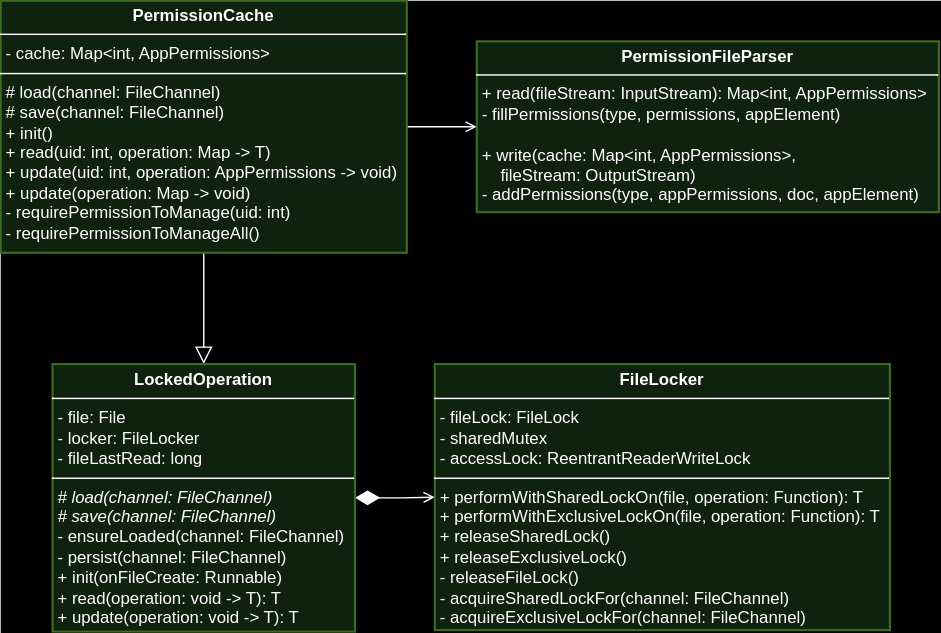
This is images/components/state-persistence.svg from alberto-lazari/masters-thesis, a draw.io export, as it was before one commit. Source tidied: cells renumbered, new cells last; positions are measured from the earlier drawing's top-left corner, leaving out a move shared by most shapes.
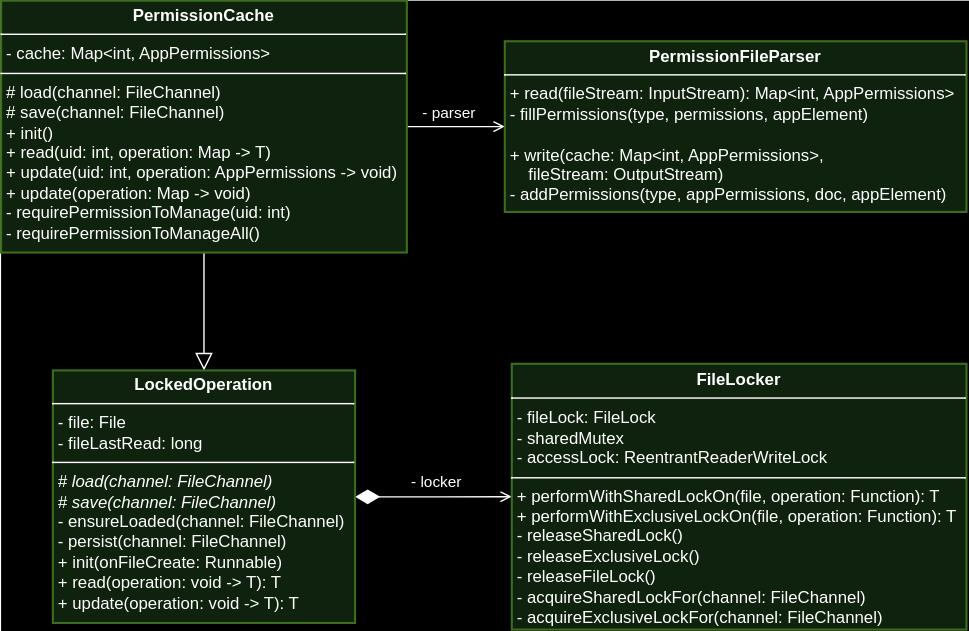
The same diagram one commit later.

Diff of the diagram source:
```diff
@@ -5,23 +5,30 @@
     <mxCell id="2" style="edgeStyle=orthogonalEdgeStyle;rounded=0;jettySize=auto;html=1;endArrow=block;endFill=0;endSize=10;" parent="1" edge="1" source="4" target="7">
       <mxGeometry relative="1" as="geometry" />
     </mxCell>
-    <mxCell id="3" style="edgeStyle=orthogonalEdgeStyle;rounded=0;jettySize=auto;html=1;endArrow=open;endFill=0;" parent="1" edge="1" source="4" target="5">
-      <mxGeometry relative="1" as="geometry" />
+    <mxCell id="3" value="- parser" style="edgeStyle=orthogonalEdgeStyle;rounded=0;jettySize=auto;html=1;endArrow=open;endFill=0;" parent="1" edge="1" source="4" target="5">
+      <mxGeometry x="-0.14" y="10" relative="1" as="geometry" />
     </mxCell>
     <mxCell id="4" value="&lt;p style=&quot;margin:0px;margin-top:4px;text-align:center;&quot;&gt;&lt;b&gt;PermissionCache&lt;/b&gt;&lt;/p&gt;&lt;hr size=&quot;1&quot; style=&quot;border-style:solid;&quot;&gt;&lt;p style=&quot;margin:0px;margin-left:4px;&quot;&gt;- cache: Map&amp;lt;int, AppPermissions&amp;gt;&lt;br&gt;&lt;/p&gt;&lt;hr size=&quot;1&quot; style=&quot;border-style:solid;&quot;&gt;&lt;p style=&quot;margin:0px;margin-left:4px;&quot;&gt;# load(channel: FileChannel)&lt;/p&gt;&lt;p style=&quot;margin:0px;margin-left:4px;&quot;&gt;# save(channel: FileChannel)&lt;br&gt;&lt;/p&gt;&lt;p style=&quot;margin:0px;margin-left:4px;&quot;&gt;+ init()&lt;/p&gt;&lt;p style=&quot;margin:0px;margin-left:4px;&quot;&gt;+ read(uid: int, operation: Map -&amp;gt; T)&lt;/p&gt;&lt;p style=&quot;margin:0px;margin-left:4px;&quot;&gt;+ update(uid: int, operation: AppPermissions -&amp;gt; void)&lt;/p&gt;&lt;p style=&quot;margin:0px;margin-left:4px;&quot;&gt;+ update(operation: Map -&amp;gt; void)&lt;br&gt;&lt;/p&gt;&lt;p style=&quot;margin:0px;margin-left:4px;&quot;&gt;- requirePermissionToManage(uid: int)&lt;/p&gt;&lt;p style=&quot;margin:0px;margin-left:4px;&quot;&gt;- requirePermissionToManageAll()&lt;br&gt;&lt;/p&gt;&lt;p style=&quot;margin:0px;margin-left:4px;&quot;&gt;&lt;span style=&quot;caret-color: rgba(0, 0, 0, 0); color: rgba(0, 0, 0, 0); font-family: monospace; font-size: 0px; white-space: nowrap;&quot;&gt;%3CmxGraphModel%3E%3Croot%3E%3CmxCell%20id%3D%220%22%2F%3E%3CmxCell%20id%3D%221%22%20parent%3D%220%22%2F%3E%3CmxCell%20id%3D%222%22%20value%3D%22%26lt%3Bp%20style%3D%26quot%3Bmargin%3A0px%3Bmargin-top%3A4px%3Btext-align%3Acenter%3B%26quot%3B%26gt%3B%26lt%3Bb%26gt%3BPermissionManagerServiceImpl%26lt%3B%2Fb%26gt%3B%26lt%3B%2Fp%26gt%3B%26lt%3Bhr%20size%3D%26quot%3B1%26quot%3B%20style%3D%26quot%3Bborder-style%3Asolid%3B%26quot%3B%26gt%3B%26lt%3Bp%20style%3D%26quot%3Bmargin%3A0px%3Bmargin-left%3A4px%3B%26quot%3B%26gt%3B%26lt%3Bbr%26gt%3B%26lt%3B%2Fp%26gt%3B%26lt%3Bhr%20size%3D%26quot%3B1%26quot%3B%20style%3D%26quot%3Bborder-style%3Asolid%3B%26quot%3B%26gt%3B%26lt%3Bp%20style%3D%26quot%3Bmargin%3A0px%3Bmargin-left%3A4px%3B%26quot%3B%26gt%3B%2B%20restorePermissionState()%26lt%3B%2Fp%26gt%3B%22%20style%3D%22verticalAlign%3Dtop%3Balign%3Dleft%3Boverflow%3Dfill%3Bhtml%3D1%3BwhiteSpace%3Dwrap%3B%22%20vertex%3D%221%22%20parent%3D%221%22%3E%3CmxGeometry%20x%3D%22460%22%20y%3D%22305%22%20width%3D%22200%22%20height%3D%2290%22%20as%3D%22geometry%22%2F%3E%3C%2FmxCell%3E%3C%2Froot%3E%3C%2FmxGraphModel%&lt;/span&gt;&lt;/p&gt;" style="verticalAlign=top;align=left;overflow=fill;html=1;whiteSpace=wrap;strokeWidth=1.5;comic=0;strokeColor=#82b366;fillColor=#d5e8d4;" parent="1" vertex="1">
       <mxGeometry width="290" height="180" as="geometry" />
     </mxCell>
     <mxCell id="5" value="&lt;p style=&quot;margin:0px;margin-top:4px;text-align:center;&quot;&gt;&lt;b&gt;PermissionFileParser&lt;/b&gt;&lt;/p&gt;&lt;hr size=&quot;1&quot; style=&quot;border-style:solid;&quot;&gt;&lt;p style=&quot;margin:0px;margin-left:4px;&quot;&gt;+ read(fileStream: InputStream): Map&amp;lt;int, AppPermissions&amp;gt;&lt;/p&gt;&lt;p style=&quot;margin:0px;margin-left:4px;&quot;&gt;- fillPermissions(type, permissions, appElement)&lt;/p&gt;&lt;p style=&quot;margin:0px;margin-left:4px;&quot;&gt;&lt;br&gt;&lt;/p&gt;&lt;p style=&quot;margin:0px;margin-left:4px;&quot;&gt;+ write(cache: Map&amp;lt;int, AppPermissions&amp;gt;,&lt;/p&gt;&lt;p style=&quot;margin:0px;margin-left:4px;&quot;&gt;&amp;nbsp; &amp;nbsp; fileStream: OutputStream)&lt;/p&gt;&lt;p style=&quot;margin:0px;margin-left:4px;&quot;&gt;- addPermissions(type, appPermissions, doc, appElement)&lt;/p&gt;&lt;p style=&quot;margin:0px;margin-left:4px;&quot;&gt;&lt;span style=&quot;caret-color: rgba(0, 0, 0, 0); color: rgba(0, 0, 0, 0); font-family: monospace; font-size: 0px; white-space: nowrap;&quot;&gt;%3CmxGraphModel%3E%3Croot%3E%3CmxCell%20id%3D%220%22%2F%3E%3CmxCell%20id%3D%221%22%20parent%3D%220%22%2F%3E%3CmxCell%20id%3D%222%22%20value%3D%22%26lt%3Bp%20style%3D%26quot%3Bmargin%3A0px%3Bmargin-top%3A4px%3Btext-align%3Acenter%3B%26quot%3B%26gt%3B%26lt%3Bb%26gt%3BPermissionManagerServiceImpl%26lt%3B%2Fb%26gt%3B%26lt%3B%2Fp%26gt%3B%26lt%3Bhr%20size%3D%26quot%3B1%26quot%3B%20style%3D%26quot%3Bborder-style%3Asolid%3B%26quot%3B%26gt%3B%26lt%3Bp%20style%3D%26quot%3Bmargin%3A0px%3Bmargin-left%3A4px%3B%26quot%3B%26gt%3B%26lt%3Bbr%26gt%3B%26lt%3B%2Fp%26gt%3B%26lt%3Bhr%20size%3D%26quot%3B1%26quot%3B%20style%3D%26quot%3Bborder-style%3Asolid%3B%26quot%3B%26gt%3B%26lt%3Bp%20style%3D%26quot%3Bmargin%3A0px%3Bmargin-left%3A4px%3B%26quot%3B%26gt%3B%2B%20restorePermissionState()%26lt%3B%2Fp%26gt%3B%22%20style%3D%22verticalAlign%3Dtop%3Balign%3Dleft%3Boverflow%3Dfill%3Bhtml%3D1%3BwhiteSpace%3Dwrap%3B%22%20vertex%3D%221%22%20parent%3D%221%22%3E%3CmxGeometry%20x%3D%22460%22%20y%3D%22305%22%20width%3D%22200%22%20height%3D%2290%22%20as%3D%22geometry%22%2F%3E%3C%2FmxCell%3E%3C%2Froot%3E%3C%2FmxGraphModel%&lt;/span&gt;&lt;/p&gt;" style="verticalAlign=top;align=left;overflow=fill;html=1;whiteSpace=wrap;strokeWidth=1.5;comic=0;strokeColor=#82b366;fillColor=#d5e8d4;" parent="1" vertex="1">
-      <mxGeometry x="340" y="29" width="330" height="122" as="geometry" />
+      <mxGeometry x="360" y="29" width="330" height="122" as="geometry" />
     </mxCell>
     <mxCell id="6" style="edgeStyle=orthogonalEdgeStyle;rounded=0;jettySize=auto;html=1;endArrow=open;endFill=0;startArrow=diamondThin;startFill=1;startSize=15;" parent="1" edge="1" source="7" target="8">
-      <mxGeometry relative="1" as="geometry" />
+      <mxGeometry x="-0.11" y="16" relative="1" as="geometry">
+        <mxPoint x="4" y="-1" as="offset" />
+      </mxGeometry>
     </mxCell>
+    <mxCell id="9" value="- locker" style="edgeLabel;html=1;align=center;verticalAlign=middle;" parent="6" vertex="1">
+      <mxGeometry x="0.18" relative="1" as="geometry">
+        <mxPoint x="-4" y="-11" as="offset" />
+      </mxGeometry>
+    </mxCell>
-    <mxCell id="7" value="&lt;p style=&quot;margin:0px;margin-top:4px;text-align:center;&quot;&gt;&lt;b&gt;LockedOperation&lt;/b&gt;&lt;/p&gt;&lt;hr size=&quot;1&quot; style=&quot;border-style:solid;&quot;&gt;&lt;p style=&quot;margin:0px;margin-left:4px;&quot;&gt;- file: File&lt;br&gt;&lt;/p&gt;&lt;p style=&quot;margin:0px;margin-left:4px;&quot;&gt;- locker: FileLocker&lt;/p&gt;&lt;p style=&quot;margin:0px;margin-left:4px;&quot;&gt;- fileLastRead: long&lt;/p&gt;&lt;hr size=&quot;1&quot; style=&quot;border-style:solid;&quot;&gt;&lt;p style=&quot;margin:0px;margin-left:4px;&quot;&gt;&lt;i&gt;# load(channel: FileChannel)&lt;/i&gt;&lt;/p&gt;&lt;p style=&quot;margin:0px;margin-left:4px;&quot;&gt;&lt;i&gt;# save(channel: FileChannel)&lt;/i&gt;&lt;i&gt;&lt;br&gt;&lt;/i&gt;&lt;/p&gt;&lt;p style=&quot;margin: 0px 0px 0px 4px;&quot;&gt;- ensureLoaded(channel: FileChannel)&lt;/p&gt;&lt;p style=&quot;margin: 0px 0px 0px 4px;&quot;&gt;- persist(channel: FileChannel)&lt;/p&gt;&lt;p style=&quot;margin:0px;margin-left:4px;&quot;&gt;+ init(onFileCreate: Runnable)&lt;/p&gt;&lt;p style=&quot;margin:0px;margin-left:4px;&quot;&gt;+ read(operation: void -&amp;gt; T): T&lt;/p&gt;&lt;p style=&quot;margin:0px;margin-left:4px;&quot;&gt;+ update(operation: void -&amp;gt; T): T&lt;/p&gt;&lt;p style=&quot;margin:0px;margin-left:4px;&quot;&gt;&lt;span style=&quot;caret-color: rgba(0, 0, 0, 0); color: rgba(0, 0, 0, 0); font-family: monospace; font-size: 0px; white-space: nowrap;&quot;&gt;%3CmxGraphModel%3E%3Croot%3E%3CmxCell%20id%3D%220%22%2F%3E%3CmxCell%20id%3D%221%22%20parent%3D%220%22%2F%3E%3CmxCell%20id%3D%222%22%20value%3D%22%26lt%3Bp%20style%3D%26quot%3Bmargin%3A0px%3Bmargin-top%3A4px%3Btext-align%3Acenter%3B%26quot%3B%26gt%3B%26lt%3Bb%26gt%3BPermissionManagerServiceImpl%26lt%3B%2Fb%26gt%3B%26lt%3B%2Fp%26gt%3B%26lt%3Bhr%20size%3D%26quot%3B1%26quot%3B%20style%3D%26quot%3Bborder-style%3Asolid%3B%26quot%3B%26gt%3B%26lt%3Bp%20style%3D%26quot%3Bmargin%3A0px%3Bmargin-left%3A4px%3B%26quot%3B%26gt%3B%26lt%3Bbr%26gt%3B%26lt%3B%2Fp%26gt%3B%26lt%3Bhr%20size%3D%26quot%3B1%26quot%3B%20style%3D%26quot%3Bborder-style%3Asolid%3B%26quot%3B%26gt%3B%26lt%3Bp%20style%3D%26quot%3Bmargin%3A0px%3Bmargin-left%3A4px%3B%26quot%3B%26gt%3B%2B%20restorePermissionState()%26lt%3B%2Fp%26gt%3B%22%20style%3D%22verticalAlign%3Dtop%3Balign%3Dleft%3Boverflow%3Dfill%3Bhtml%3D1%3BwhiteSpace%3Dwrap%3B%22%20vertex%3D%221%22%20parent%3D%221%22%3E%3CmxGeometry%20x%3D%22460%22%20y%3D%22305%22%20width%3D%22200%22%20height%3D%2290%22%20as%3D%22geometry%22%2F%3E%3C%2FmxCell%3E%3C%2Froot%3E%3C%2FmxGraphModel%&lt;/span&gt;&lt;/p&gt;" style="verticalAlign=top;align=left;overflow=fill;html=1;whiteSpace=wrap;strokeWidth=1.5;comic=0;strokeColor=#82b366;fillColor=#d5e8d4;" parent="1" vertex="1">
-      <mxGeometry x="37" y="259.5" width="216" height="191" as="geometry" />
+    <mxCell id="7" value="&lt;p style=&quot;margin:0px;margin-top:4px;text-align:center;&quot;&gt;&lt;b&gt;LockedOperation&lt;/b&gt;&lt;/p&gt;&lt;hr size=&quot;1&quot; style=&quot;border-style:solid;&quot;&gt;&lt;p style=&quot;margin:0px;margin-left:4px;&quot;&gt;- file: File&lt;/p&gt;&lt;p style=&quot;margin:0px;margin-left:4px;&quot;&gt;- fileLastRead: long&lt;/p&gt;&lt;hr size=&quot;1&quot; style=&quot;border-style:solid;&quot;&gt;&lt;p style=&quot;margin:0px;margin-left:4px;&quot;&gt;&lt;i&gt;# load(channel: FileChannel)&lt;/i&gt;&lt;/p&gt;&lt;p style=&quot;margin:0px;margin-left:4px;&quot;&gt;&lt;i&gt;# save(channel: FileChannel)&lt;/i&gt;&lt;i&gt;&lt;br&gt;&lt;/i&gt;&lt;/p&gt;&lt;p style=&quot;margin: 0px 0px 0px 4px;&quot;&gt;- ensureLoaded(channel: FileChannel)&lt;/p&gt;&lt;p style=&quot;margin: 0px 0px 0px 4px;&quot;&gt;- persist(channel: FileChannel)&lt;/p&gt;&lt;p style=&quot;margin:0px;margin-left:4px;&quot;&gt;+ init(onFileCreate: Runnable)&lt;/p&gt;&lt;p style=&quot;margin:0px;margin-left:4px;&quot;&gt;+ read(operation: void -&amp;gt; T): T&lt;/p&gt;&lt;p style=&quot;margin:0px;margin-left:4px;&quot;&gt;+ update(operation: void -&amp;gt; T): T&lt;/p&gt;&lt;p style=&quot;margin:0px;margin-left:4px;&quot;&gt;&lt;span style=&quot;caret-color: rgba(0, 0, 0, 0); color: rgba(0, 0, 0, 0); font-family: monospace; font-size: 0px; white-space: nowrap;&quot;&gt;%3CmxGraphModel%3E%3Croot%3E%3CmxCell%20id%3D%220%22%2F%3E%3CmxCell%20id%3D%221%22%20parent%3D%220%22%2F%3E%3CmxCell%20id%3D%222%22%20value%3D%22%26lt%3Bp%20style%3D%26quot%3Bmargin%3A0px%3Bmargin-top%3A4px%3Btext-align%3Acenter%3B%26quot%3B%26gt%3B%26lt%3Bb%26gt%3BPermissionManagerServiceImpl%26lt%3B%2Fb%26gt%3B%26lt%3B%2Fp%26gt%3B%26lt%3Bhr%20size%3D%26quot%3B1%26quot%3B%20style%3D%26quot%3Bborder-style%3Asolid%3B%26quot%3B%26gt%3B%26lt%3Bp%20style%3D%26quot%3Bmargin%3A0px%3Bmargin-left%3A4px%3B%26quot%3B%26gt%3B%26lt%3Bbr%26gt%3B%26lt%3B%2Fp%26gt%3B%26lt%3Bhr%20size%3D%26quot%3B1%26quot%3B%20style%3D%26quot%3Bborder-style%3Asolid%3B%26quot%3B%26gt%3B%26lt%3Bp%20style%3D%26quot%3Bmargin%3A0px%3Bmargin-left%3A4px%3B%26quot%3B%26gt%3B%2B%20restorePermissionState()%26lt%3B%2Fp%26gt%3B%22%20style%3D%22verticalAlign%3Dtop%3Balign%3Dleft%3Boverflow%3Dfill%3Bhtml%3D1%3BwhiteSpace%3Dwrap%3B%22%20vertex%3D%221%22%20parent%3D%221%22%3E%3CmxGeometry%20x%3D%22460%22%20y%3D%22305%22%20width%3D%22200%22%20height%3D%2290%22%20as%3D%22geometry%22%2F%3E%3C%2FmxCell%3E%3C%2Froot%3E%3C%2FmxGraphModel%&lt;/span&gt;&lt;/p&gt;" style="verticalAlign=top;align=left;overflow=fill;html=1;whiteSpace=wrap;strokeWidth=1.5;comic=0;strokeColor=#82b366;fillColor=#d5e8d4;" parent="1" vertex="1">
+      <mxGeometry x="37" y="264.2" width="216" height="180.5" as="geometry" />
     </mxCell>
-    <mxCell id="8" value="&lt;p style=&quot;margin:0px;margin-top:4px;text-align:center;&quot;&gt;&lt;b&gt;FileLocker&lt;/b&gt;&lt;/p&gt;&lt;hr size=&quot;1&quot; style=&quot;border-style:solid;&quot;&gt;&lt;p style=&quot;margin:0px;margin-left:4px;&quot;&gt;- fileLock: FileLock&lt;br&gt;&lt;/p&gt;&lt;p style=&quot;margin:0px;margin-left:4px;&quot;&gt;- sharedMutex&lt;/p&gt;&lt;p style=&quot;margin:0px;margin-left:4px;&quot;&gt;- accessLock: ReentrantReaderWriteLock&lt;/p&gt;&lt;hr size=&quot;1&quot; style=&quot;border-style:solid;&quot;&gt;&lt;p style=&quot;margin:0px;margin-left:4px;&quot;&gt;+ performWithSharedLockOn(file, operation: Function): T&lt;/p&gt;&lt;p style=&quot;margin:0px;margin-left:4px;&quot;&gt;+ performWithExclusiveLockOn(file, operation: Function): T&lt;br&gt;&lt;/p&gt;&lt;p style=&quot;margin:0px;margin-left:4px;&quot;&gt;+ releaseSharedLock()&lt;/p&gt;&lt;p style=&quot;margin:0px;margin-left:4px;&quot;&gt;+ releaseExclusiveLock()&lt;/p&gt;&lt;p style=&quot;margin:0px;margin-left:4px;&quot;&gt;- releaseFileLock()&lt;/p&gt;&lt;p style=&quot;margin:0px;margin-left:4px;&quot;&gt;- acquireSharedLockFor(channel: FileChannel)&lt;/p&gt;&lt;p style=&quot;margin:0px;margin-left:4px;&quot;&gt;- acquireExclusiveLockFor(channel: FileChannel)&lt;/p&gt;&lt;p style=&quot;margin:0px;margin-left:4px;&quot;&gt;&lt;span style=&quot;caret-color: rgba(0, 0, 0, 0); color: rgba(0, 0, 0, 0); font-family: monospace; font-size: 0px; white-space: nowrap;&quot;&gt;%3CmxGraphModel%3E%3Croot%3E%3CmxCell%20id%3D%220%22%2F%3E%3CmxCell%20id%3D%221%22%20parent%3D%220%22%2F%3E%3CmxCell%20id%3D%222%22%20value%3D%22%26lt%3Bp%20style%3D%26quot%3Bmargin%3A0px%3Bmargin-top%3A4px%3Btext-align%3Acenter%3B%26quot%3B%26gt%3B%26lt%3Bb%26gt%3BPermissionManagerServiceImpl%26lt%3B%2Fb%26gt%3B%26lt%3B%2Fp%26gt%3B%26lt%3Bhr%20size%3D%26quot%3B1%26quot%3B%20style%3D%26quot%3Bborder-style%3Asolid%3B%26quot%3B%26gt%3B%26lt%3Bp%20style%3D%26quot%3Bmargin%3A0px%3Bmargin-left%3A4px%3B%26quot%3B%26gt%3B%26lt%3Bbr%26gt%3B%26lt%3B%2Fp%26gt%3B%26lt%3Bhr%20size%3D%26quot%3B1%26quot%3B%20style%3D%26quot%3Bborder-style%3Asolid%3B%26quot%3B%26gt%3B%26lt%3Bp%20style%3D%26quot%3Bmargin%3A0px%3Bmargin-left%3A4px%3B%26quot%3B%26gt%3B%2B%20restorePermissionState()%26lt%3B%2Fp%26gt%3B%22%20style%3D%22verticalAlign%3Dtop%3Balign%3Dleft%3Boverflow%3Dfill%3Bhtml%3D1%3BwhiteSpace%3Dwrap%3B%22%20vertex%3D%221%22%20parent%3D%221%22%3E%3CmxGeometry%20x%3D%22460%22%20y%3D%22305%22%20width%3D%22200%22%20height%3D%2290%22%20as%3D%22geometry%22%2F%3E%3C%2FmxCell%3E%3C%2Froot%3E%3C%2FmxGraphModel%&lt;/span&gt;&lt;/p&gt;" style="verticalAlign=top;align=left;overflow=fill;html=1;whiteSpace=wrap;strokeWidth=1.5;comic=0;strokeColor=#82b366;fillColor=#d5e8d4;" parent="1" vertex="1">
-      <mxGeometry x="310" y="259.5" width="325" height="190" as="geometry" />
+    <mxCell id="8" value="&lt;p style=&quot;margin:0px;margin-top:4px;text-align:center;&quot;&gt;&lt;b&gt;FileLocker&lt;/b&gt;&lt;/p&gt;&lt;hr size=&quot;1&quot; style=&quot;border-style:solid;&quot;&gt;&lt;p style=&quot;margin:0px;margin-left:4px;&quot;&gt;- fileLock: FileLock&lt;br&gt;&lt;/p&gt;&lt;p style=&quot;margin:0px;margin-left:4px;&quot;&gt;- sharedMutex&lt;/p&gt;&lt;p style=&quot;margin:0px;margin-left:4px;&quot;&gt;- accessLock: ReentrantReaderWriteLock&lt;/p&gt;&lt;hr size=&quot;1&quot; style=&quot;border-style:solid;&quot;&gt;&lt;p style=&quot;margin:0px;margin-left:4px;&quot;&gt;+ performWithSharedLockOn(file, operation: Function): T&lt;/p&gt;&lt;p style=&quot;margin:0px;margin-left:4px;&quot;&gt;+ performWithExclusiveLockOn(file, operation: Function): T&lt;br&gt;&lt;/p&gt;&lt;p style=&quot;margin:0px;margin-left:4px;&quot;&gt;- releaseSharedLock()&lt;/p&gt;&lt;p style=&quot;margin:0px;margin-left:4px;&quot;&gt;- releaseExclusiveLock()&lt;/p&gt;&lt;p style=&quot;margin:0px;margin-left:4px;&quot;&gt;- releaseFileLock()&lt;/p&gt;&lt;p style=&quot;margin:0px;margin-left:4px;&quot;&gt;- acquireSharedLockFor(channel: FileChannel)&lt;/p&gt;&lt;p style=&quot;margin:0px;margin-left:4px;&quot;&gt;- acquireExclusiveLockFor(channel: FileChannel)&lt;/p&gt;&lt;p style=&quot;margin:0px;margin-left:4px;&quot;&gt;&lt;span style=&quot;caret-color: rgba(0, 0, 0, 0); color: rgba(0, 0, 0, 0); font-family: monospace; font-size: 0px; white-space: nowrap;&quot;&gt;%3CmxGraphModel%3E%3Croot%3E%3CmxCell%20id%3D%220%22%2F%3E%3CmxCell%20id%3D%221%22%20parent%3D%220%22%2F%3E%3CmxCell%20id%3D%222%22%20value%3D%22%26lt%3Bp%20style%3D%26quot%3Bmargin%3A0px%3Bmargin-top%3A4px%3Btext-align%3Acenter%3B%26quot%3B%26gt%3B%26lt%3Bb%26gt%3BPermissionManagerServiceImpl%26lt%3B%2Fb%26gt%3B%26lt%3B%2Fp%26gt%3B%26lt%3Bhr%20size%3D%26quot%3B1%26quot%3B%20style%3D%26quot%3Bborder-style%3Asolid%3B%26quot%3B%26gt%3B%26lt%3Bp%20style%3D%26quot%3Bmargin%3A0px%3Bmargin-left%3A4px%3B%26quot%3B%26gt%3B%26lt%3Bbr%26gt%3B%26lt%3B%2Fp%26gt%3B%26lt%3Bhr%20size%3D%26quot%3B1%26quot%3B%20style%3D%26quot%3Bborder-style%3Asolid%3B%26quot%3B%26gt%3B%26lt%3Bp%20style%3D%26quot%3Bmargin%3A0px%3Bmargin-left%3A4px%3B%26quot%3B%26gt%3B%2B%20restorePermissionState()%26lt%3B%2Fp%26gt%3B%22%20style%3D%22verticalAlign%3Dtop%3Balign%3Dleft%3Boverflow%3Dfill%3Bhtml%3D1%3BwhiteSpace%3Dwrap%3B%22%20vertex%3D%221%22%20parent%3D%221%22%3E%3CmxGeometry%20x%3D%22460%22%20y%3D%22305%22%20width%3D%22200%22%20height%3D%2290%22%20as%3D%22geometry%22%2F%3E%3C%2FmxCell%3E%3C%2Froot%3E%3C%2FmxGraphModel%&lt;/span&gt;&lt;/p&gt;" style="verticalAlign=top;align=left;overflow=fill;html=1;whiteSpace=wrap;strokeWidth=1.5;comic=0;strokeColor=#82b366;fillColor=#d5e8d4;" parent="1" vertex="1">
+      <mxGeometry x="365" y="259.5" width="325" height="190" as="geometry" />
     </mxCell>
   </root>
 </mxGraphModel>
```
